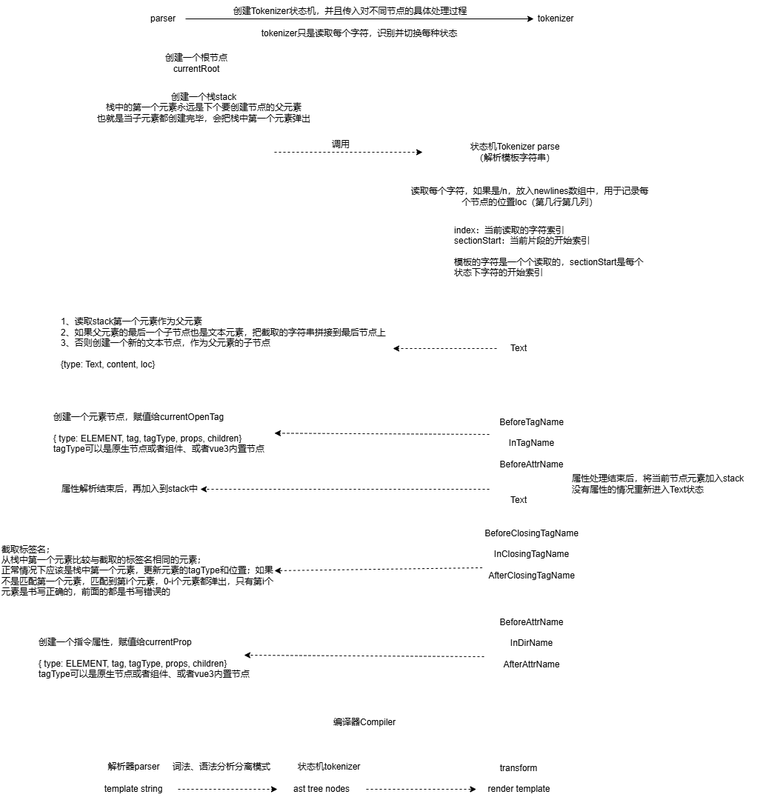
Before: doc/模板解析.png, a diagram exported from draw.io (fanweimei/vue3-code-analaysis). Source tidied: cells renumbered, new cells last; positions are measured from the earlier drawing's top-left corner, leaving out a move shared by most shapes.
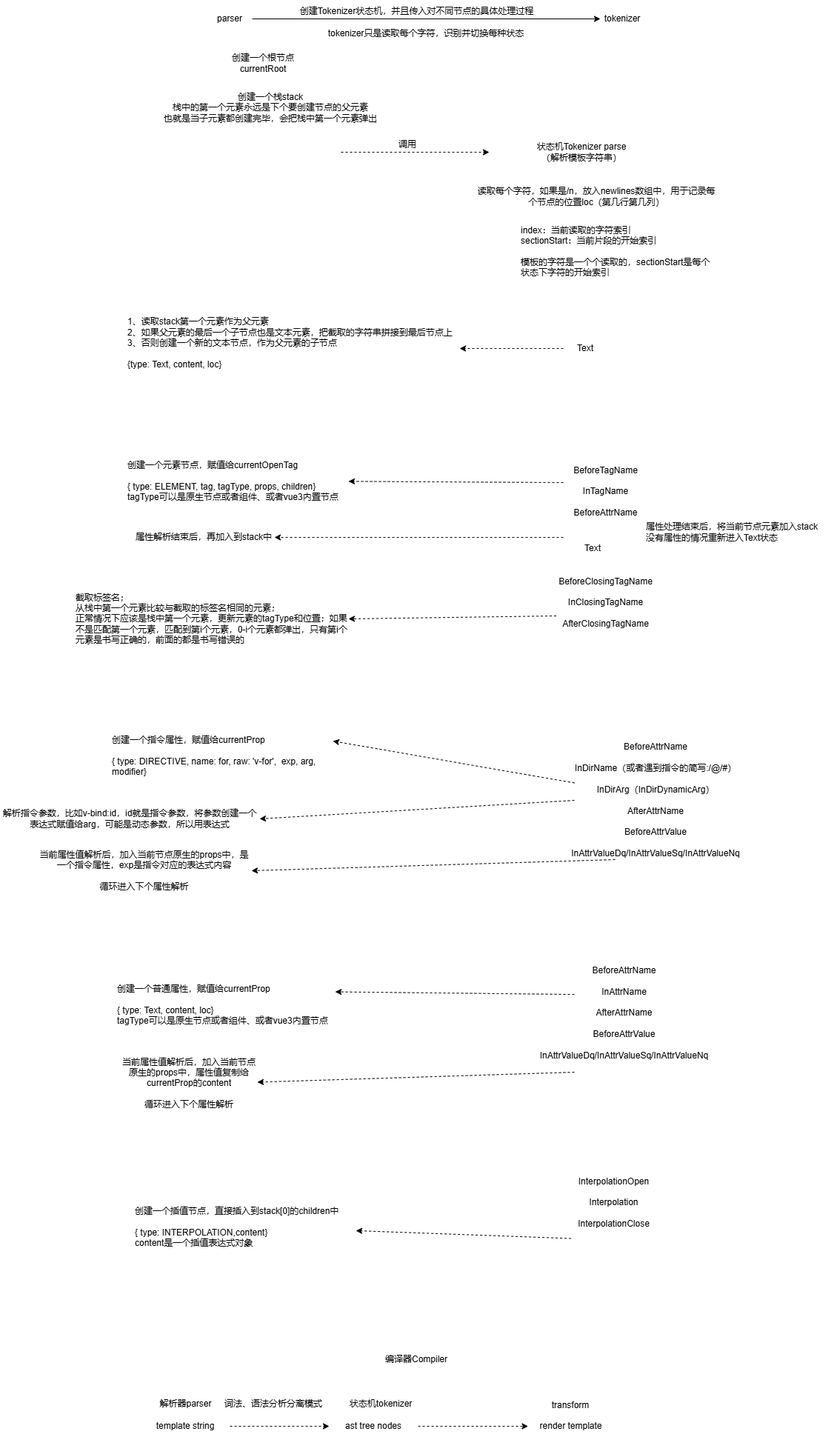
The same diagram one commit later.

What changed in the source:
```diff
@@ -53,75 +53,111 @@
       <mxGeometry x="430" y="180" width="60" height="30" as="geometry" />
     </mxCell>
     <mxCell id="18" value="BeforeTagName&lt;div&gt;&lt;br&gt;&lt;/div&gt;&lt;div&gt;InTagName&lt;/div&gt;&lt;div&gt;&lt;br&gt;&lt;/div&gt;&lt;div&gt;BeforeAttrName&lt;/div&gt;" style="text;html=1;align=center;verticalAlign=middle;whiteSpace=wrap;rounded=0;" parent="1" vertex="1">
-      <mxGeometry x="660" y="535" width="115" height="125" as="geometry" />
+      <mxGeometry x="670" y="600" width="115" height="125" as="geometry" />
     </mxCell>
     <mxCell id="19" value="创建一个元素节点，赋值给currentOpenTag&lt;div&gt;&lt;br&gt;&lt;/div&gt;&lt;div style=&quot;&quot;&gt;{ type: ELEMENT, tag, tagType, props, children}&lt;/div&gt;&lt;div style=&quot;&quot;&gt;tagType可以是原生节点或者组件、或者vue3内置节点&lt;/div&gt;" style="text;html=1;align=left;verticalAlign=middle;whiteSpace=wrap;rounded=0;" parent="1" vertex="1">
-      <mxGeometry x="70" y="535" width="300" height="97" as="geometry" />
+      <mxGeometry x="80" y="600" width="300" height="97" as="geometry" />
     </mxCell>
     <mxCell id="20" style="endArrow=classic;html=1;rounded=0;exitX=0;exitY=0.408;exitDx=0;exitDy=0;exitPerimeter=0;dashed=1;" parent="1" edge="1" source="18" target="19">
       <mxGeometry relative="1" as="geometry" />
     </mxCell>
     <mxCell id="21" value="&lt;span style=&quot;text-align: left;&quot;&gt;属性解析结束后，再加入到stack中&lt;/span&gt;" style="text;html=1;align=center;verticalAlign=middle;whiteSpace=wrap;rounded=0;" parent="1" vertex="1">
-      <mxGeometry x="80" y="645" width="190" height="30" as="geometry" />
+      <mxGeometry x="90" y="710" width="190" height="30" as="geometry" />
     </mxCell>
     <mxCell id="22" value="Text" style="text;html=1;align=center;verticalAlign=middle;whiteSpace=wrap;rounded=0;" parent="1" vertex="1">
-      <mxGeometry x="670" y="660" width="60" height="30" as="geometry" />
+      <mxGeometry x="680" y="725" width="60" height="30" as="geometry" />
     </mxCell>
     <mxCell id="23" style="endArrow=classic;html=1;rounded=0;exitX=0;exitY=1;exitDx=0;exitDy=0;entryX=1;entryY=0.5;entryDx=0;entryDy=0;dashed=1;" parent="1" edge="1" source="18" target="21">
       <mxGeometry relative="1" as="geometry" />
     </mxCell>
     <mxCell id="24" value="&lt;div&gt;属性处理结束后，将当前节点元素加入stack&lt;/div&gt;没有属性的情况重新进入Text状态" style="text;html=1;align=left;verticalAlign=middle;whiteSpace=wrap;rounded=0;" parent="1" vertex="1">
-      <mxGeometry x="770" y="630" width="260" height="45" as="geometry" />
+      <mxGeometry x="780" y="695" width="260" height="45" as="geometry" />
     </mxCell>
     <mxCell id="25" value="BeforeClosingTagName&lt;br&gt;&lt;div&gt;&lt;br&gt;&lt;/div&gt;&lt;div&gt;InClosingTagName&lt;/div&gt;&lt;div&gt;&lt;br&gt;&lt;/div&gt;&lt;div&gt;AfterClosingTagName&lt;/div&gt;" style="text;html=1;align=center;verticalAlign=middle;whiteSpace=wrap;rounded=0;" parent="1" vertex="1">
-      <mxGeometry x="650" y="685" width="135" height="125" as="geometry" />
+      <mxGeometry x="660" y="750" width="135" height="125" as="geometry" />
     </mxCell>
     <mxCell id="26" value="截取标签名；&lt;div&gt;从栈中第一个元素比较与截取的标签名相同的元素；&lt;/div&gt;&lt;div&gt;正常情况下应该是栈中第一个元素，更新元素的tagType和位置；如果不是匹配第一个元素，匹配到第i个元素，0-i个元素都弹出，只有第i个元素是书写正确的，前面的都是书写错误的&lt;/div&gt;" style="text;html=1;align=left;verticalAlign=middle;whiteSpace=wrap;rounded=0;" parent="1" vertex="1">
-      <mxGeometry y="730" width="370" height="80" as="geometry" />
+      <mxGeometry x="10" y="795" width="370" height="80" as="geometry" />
     </mxCell>
     <mxCell id="27" style="endArrow=classic;html=1;rounded=0;exitX=0.004;exitY=0.648;exitDx=0;exitDy=0;exitPerimeter=0;entryX=1;entryY=0.5;entryDx=0;entryDy=0;dashed=1;" parent="1" edge="1" source="25" target="26">
       <mxGeometry relative="1" as="geometry" />
     </mxCell>
-    <mxCell id="28" value="BeforeAttrName&lt;br&gt;&lt;div&gt;&lt;br&gt;&lt;/div&gt;&lt;div&gt;InDirName&lt;/div&gt;&lt;div&gt;&lt;br&gt;&lt;/div&gt;&lt;div&gt;AfterAttrName&lt;/div&gt;" style="text;html=1;align=center;verticalAlign=middle;whiteSpace=wrap;rounded=0;" parent="1" vertex="1">
-      <mxGeometry x="650" y="810" width="135" height="115" as="geometry" />
+    <mxCell id="28" value="BeforeAttrName&lt;br&gt;&lt;div&gt;&lt;br&gt;&lt;/div&gt;&lt;div&gt;InDirName（或者遇到指令的简写:/@/#）&lt;/div&gt;&lt;div&gt;&lt;br&gt;&lt;/div&gt;&lt;div&gt;InDirArg（InDirDynamicArg）&lt;/div&gt;&lt;div&gt;&lt;br&gt;&lt;/div&gt;&lt;div&gt;AfterAttrName&lt;/div&gt;&lt;div&gt;&lt;br&gt;&lt;/div&gt;&lt;div&gt;BeforeAttrValue&lt;/div&gt;&lt;div&gt;&lt;br&gt;&lt;/div&gt;&lt;div&gt;InAttrValueDq/InAttrValueSq/InAttrValueNq&lt;/div&gt;" style="text;html=1;align=center;verticalAlign=middle;whiteSpace=wrap;rounded=0;" parent="1" vertex="1">
+      <mxGeometry x="685" y="1000" width="220" height="160" as="geometry" />
     </mxCell>
-    <mxCell id="29" value="创建一个指令属性，赋值给currentProp&lt;div&gt;&lt;br&gt;&lt;/div&gt;&lt;div style=&quot;&quot;&gt;{ type: ELEMENT, tag, tagType, props, children}&lt;/div&gt;&lt;div style=&quot;&quot;&gt;tagType可以是原生节点或者组件、或者vue3内置节点&lt;/div&gt;" style="text;html=1;align=left;verticalAlign=middle;whiteSpace=wrap;rounded=0;" parent="1" vertex="1">
-      <mxGeometry x="50" y="839" width="300" height="97" as="geometry" />
+    <mxCell id="29" value="创建一个指令属性，赋值给currentProp&lt;div&gt;&lt;br&gt;&lt;/div&gt;&lt;div style=&quot;&quot;&gt;{ type: DIRECTIVE, name: for, raw: 'v-for',&amp;nbsp; exp, arg, modifier}&lt;/div&gt;" style="text;html=1;align=left;verticalAlign=middle;whiteSpace=wrap;rounded=0;" parent="1" vertex="1">
+      <mxGeometry x="59" y="980" width="300" height="80" as="geometry" />
     </mxCell>
-    <mxCell id="30" style="endArrow=classic;html=1;rounded=0;entryX=1;entryY=0.5;entryDx=0;entryDy=0;dashed=1;exitX=0.022;exitY=0.661;exitDx=0;exitDy=0;exitPerimeter=0;" parent="1" edge="1" source="28">
-      <mxGeometry relative="1" as="geometry">
-        <mxPoint x="329" y="884" as="targetPoint" />
-      </mxGeometry>
+    <mxCell id="30" style="endArrow=classic;html=1;rounded=0;entryX=1;entryY=0.25;entryDx=0;entryDy=0;dashed=1;exitX=0;exitY=0.353;exitDx=0;exitDy=0;exitPerimeter=0;" parent="1" edge="1" source="28" target="29">
+      <mxGeometry relative="1" as="geometry" />
     </mxCell>
     <mxCell id="31" value="template string" style="text;html=1;align=center;verticalAlign=middle;whiteSpace=wrap;rounded=0;" parent="1" vertex="1">
-      <mxGeometry x="120" y="1050" width="120" height="30" as="geometry" />
+      <mxGeometry x="100" y="1910" width="120" height="30" as="geometry" />
     </mxCell>
     <mxCell id="32" value="ast tree nodes" style="text;html=1;align=center;verticalAlign=middle;whiteSpace=wrap;rounded=0;" parent="1" vertex="1">
-      <mxGeometry x="374" y="1050" width="120" height="30" as="geometry" />
+      <mxGeometry x="354" y="1910" width="120" height="30" as="geometry" />
     </mxCell>
     <mxCell id="33" value="render template" style="text;html=1;align=center;verticalAlign=middle;whiteSpace=wrap;rounded=0;" parent="1" vertex="1">
-      <mxGeometry x="642.5" y="1050" width="115" height="30" as="geometry" />
+      <mxGeometry x="622.5" y="1910" width="115" height="30" as="geometry" />
     </mxCell>
     <mxCell id="34" style="endArrow=classic;html=1;rounded=0;exitX=1;exitY=0.5;exitDx=0;exitDy=0;dashed=1;" parent="1" edge="1" source="31" target="32">
       <mxGeometry relative="1" as="geometry" />
     </mxCell>
     <mxCell id="35" value="状态机tokenizer" style="text;html=1;align=center;verticalAlign=middle;whiteSpace=wrap;rounded=0;" parent="1" vertex="1">
-      <mxGeometry x="394" y="1020" width="100" height="30" as="geometry" />
+      <mxGeometry x="374" y="1880" width="100" height="30" as="geometry" />
     </mxCell>
     <mxCell id="36" value="词法、语法分析分离模式" style="text;html=1;align=center;verticalAlign=middle;whiteSpace=wrap;rounded=0;" parent="1" vertex="1">
-      <mxGeometry x="224" y="1020" width="150" height="30" as="geometry" />
+      <mxGeometry x="204" y="1880" width="150" height="30" as="geometry" />
     </mxCell>
     <mxCell id="37" value="解析器parser" style="text;html=1;align=center;verticalAlign=middle;whiteSpace=wrap;rounded=0;" parent="1" vertex="1">
-      <mxGeometry x="142.5" y="1020" width="75" height="30" as="geometry" />
+      <mxGeometry x="122.5" y="1880" width="75" height="30" as="geometry" />
     </mxCell>
     <mxCell id="38" value="transform" style="text;html=1;align=center;verticalAlign=middle;whiteSpace=wrap;rounded=0;" parent="1" vertex="1">
-      <mxGeometry x="670" y="1022" width="60" height="30" as="geometry" />
+      <mxGeometry x="650" y="1882" width="60" height="30" as="geometry" />
     </mxCell>
     <mxCell id="39" value="编译器Compiler" style="text;html=1;align=center;verticalAlign=middle;whiteSpace=wrap;rounded=0;" parent="1" vertex="1">
-      <mxGeometry x="444" y="960" width="96" height="30" as="geometry" />
+      <mxGeometry x="424" y="1820" width="96" height="30" as="geometry" />
     </mxCell>
     <mxCell id="40" style="endArrow=classic;html=1;rounded=0;exitX=1;exitY=0.5;exitDx=0;exitDy=0;dashed=1;" parent="1" edge="1" source="32" target="33">
       <mxGeometry relative="1" as="geometry" />
     </mxCell>
+    <mxCell id="41" value="&lt;span style=&quot;text-align: left;&quot;&gt;当前属性值解析后，加入当前节点原生的props中，是一个指令属性，exp是指令对应的表达式内容&lt;/span&gt;&lt;div&gt;&lt;span style=&quot;text-align: left;&quot;&gt;&lt;br&gt;&lt;/span&gt;&lt;/div&gt;&lt;div&gt;&lt;span style=&quot;text-align: left;&quot;&gt;循环进入下个属性解析&lt;/span&gt;&lt;/div&gt;" style="text;html=1;align=center;verticalAlign=middle;whiteSpace=wrap;rounded=0;" parent="1" vertex="1">
+      <mxGeometry x="-40" y="1140" width="289" height="70" as="geometry" />
+    </mxCell>
+    <mxCell id="42" style="endArrow=classic;html=1;rounded=0;entryX=1;entryY=0.5;entryDx=0;entryDy=0;dashed=1;exitX=0.25;exitY=1;exitDx=0;exitDy=0;" parent="1" edge="1" source="28" target="41">
+      <mxGeometry relative="1" as="geometry" />
+    </mxCell>
+    <mxCell id="43" value="BeforeAttrName&lt;br&gt;&lt;div&gt;&lt;br&gt;&lt;/div&gt;&lt;div&gt;InAttrName&lt;/div&gt;&lt;div&gt;&lt;br&gt;&lt;/div&gt;&lt;div&gt;AfterAttrName&lt;/div&gt;&lt;div&gt;&lt;br&gt;&lt;/div&gt;&lt;div&gt;BeforeAttrValue&lt;/div&gt;&lt;div&gt;&lt;br&gt;&lt;/div&gt;&lt;div&gt;InAttrValueDq/InAttrValueSq/InAttrValueNq&lt;/div&gt;" style="text;html=1;align=center;verticalAlign=middle;whiteSpace=wrap;rounded=0;" parent="1" vertex="1">
+      <mxGeometry x="685" y="1287" width="135" height="160" as="geometry" />
+    </mxCell>
+    <mxCell id="44" value="创建一个普通属性，赋值给currentProp&lt;div&gt;&lt;br&gt;&lt;/div&gt;&lt;div style=&quot;&quot;&gt;{ type: Text, content, loc}&lt;/div&gt;&lt;div style=&quot;&quot;&gt;tagType可以是原生节点或者组件、或者vue3内置节点&lt;/div&gt;" style="text;html=1;align=left;verticalAlign=middle;whiteSpace=wrap;rounded=0;" parent="1" vertex="1">
+      <mxGeometry x="66" y="1307" width="300" height="97" as="geometry" />
+    </mxCell>
+    <mxCell id="45" value="&lt;span style=&quot;text-align: left;&quot;&gt;当前属性值解析后，加入当前节点原生的props中，属性值复制给currentProp的content&lt;/span&gt;&lt;div&gt;&lt;span style=&quot;text-align: left;&quot;&gt;&lt;br&gt;&lt;/span&gt;&lt;/div&gt;&lt;div&gt;&lt;span style=&quot;text-align: left;&quot;&gt;循环进入下个属性解析&lt;/span&gt;&lt;/div&gt;" style="text;html=1;align=center;verticalAlign=middle;whiteSpace=wrap;rounded=0;" parent="1" vertex="1">
+      <mxGeometry x="70" y="1427" width="190" height="70" as="geometry" />
+    </mxCell>
+    <mxCell id="46" style="endArrow=classic;html=1;rounded=0;entryX=0.987;entryY=0.325;entryDx=0;entryDy=0;dashed=1;exitX=0;exitY=0.344;exitDx=0;exitDy=0;exitPerimeter=0;entryPerimeter=0;" parent="1" edge="1" source="43" target="44">
+      <mxGeometry relative="1" as="geometry" />
+    </mxCell>
+    <mxCell id="47" style="endArrow=classic;html=1;rounded=0;entryX=0.987;entryY=0.325;entryDx=0;entryDy=0;dashed=1;exitX=0;exitY=1;exitDx=0;exitDy=0;entryPerimeter=0;" parent="1" edge="1" source="43">
+      <mxGeometry relative="1" as="geometry">
+        <mxPoint x="257" y="1460.5" as="targetPoint" />
+      </mxGeometry>
+    </mxCell>
+    <mxCell id="48" value="解析指令参数，比如v-bind:id，id就是指令参数，将参数创建一个表达式赋值给arg，可能是动态参数，所以用表达式" style="text;html=1;align=center;verticalAlign=middle;whiteSpace=wrap;rounded=0;" parent="1" vertex="1">
+      <mxGeometry x="-90" y="1080" width="350" height="50" as="geometry" />
+    </mxCell>
+    <mxCell id="49" style="endArrow=classic;html=1;rounded=0;entryX=1;entryY=0.5;entryDx=0;entryDy=0;dashed=1;exitX=0;exitY=0.5;exitDx=0;exitDy=0;" parent="1" edge="1" source="28" target="48">
+      <mxGeometry relative="1" as="geometry" />
+    </mxCell>
+    <mxCell id="50" value="InterpolationOpen&lt;br&gt;&lt;div&gt;&lt;br&gt;&lt;/div&gt;&lt;div&gt;Interpolation&lt;/div&gt;&lt;div&gt;&lt;br&gt;&lt;/div&gt;&lt;div&gt;InterpolationClose&lt;/div&gt;" style="text;html=1;align=center;verticalAlign=middle;whiteSpace=wrap;rounded=0;" parent="1" vertex="1">
+      <mxGeometry x="681" y="1560" width="115" height="125" as="geometry" />
+    </mxCell>
+    <mxCell id="51" value="创建一个插值节点，直接插入到stack[0]的children中&lt;div&gt;&lt;br&gt;&lt;/div&gt;&lt;div style=&quot;&quot;&gt;{ type: INTERPOLATION,content}&lt;/div&gt;&lt;div style=&quot;&quot;&gt;content是一个插值表达式对象&lt;/div&gt;" style="text;html=1;align=left;verticalAlign=middle;whiteSpace=wrap;rounded=0;" parent="1" vertex="1">
+      <mxGeometry x="90" y="1607" width="300" height="97" as="geometry" />
+    </mxCell>
+    <mxCell id="52" style="endArrow=classic;html=1;rounded=0;exitX=-0.004;exitY=0.892;exitDx=0;exitDy=0;exitPerimeter=0;dashed=1;" parent="1" edge="1" source="50" target="51">
+      <mxGeometry relative="1" as="geometry" />
+    </mxCell>
   </root>
 </mxGraphModel>
```
